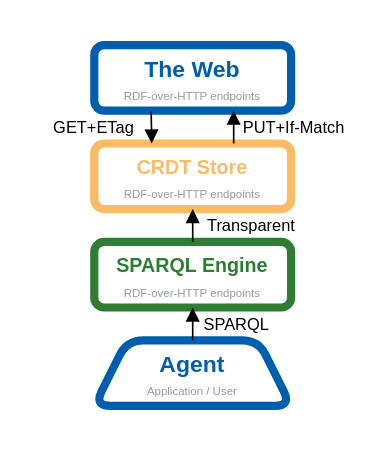
Earlier version of the draw.io diagram page "stack" (2 of 2) of img/rdf-crdt.drawio (jitsedesmet/2026-icwe-poster). Source tidied: cells renumbered, new cells numbered last; positions are measured from the earlier drawing's top-left corner, leaving out a move shared by most shapes. Both pictures are drawn from the tidied source at 164%, with x=0, y=0 at pixel (28, 28).
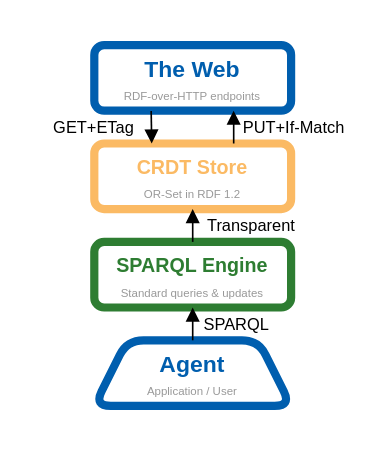
After the change.

Diff of the diagram source:
```diff
@@
-    <mxCell id="11" value="&lt;font style=&quot;font-size: 7px; color: rgb(153, 153, 153);&quot;&gt;RDF-over-HTTP endpoints&lt;/font&gt;" style="text;html=1;whiteSpace=wrap;strokeColor=none;fillColor=none;align=center;verticalAlign=middle;rounded=0;" parent="1" vertex="1">
+    <mxCell id="11" value="&lt;font style=&quot;font-size: 7px; color: rgb(153, 153, 153);&quot;&gt;OR-Set in RDF 1.2&lt;/font&gt;" style="text;html=1;whiteSpace=wrap;strokeColor=none;fillColor=none;align=center;verticalAlign=middle;rounded=0;" parent="1" vertex="1">
       <mxGeometry x="40" y="90" width="120" height="20" as="geometry" />
     </mxCell>
-    <mxCell id="12" value="&lt;font style=&quot;font-size: 7px; color: rgb(153, 153, 153);&quot;&gt;RDF-over-HTTP endpoints&lt;/font&gt;" style="text;html=1;whiteSpace=wrap;strokeColor=none;fillColor=none;align=center;verticalAlign=middle;rounded=0;" parent="1" vertex="1">
+    <mxCell id="12" value="&lt;font style=&quot;font-size: 7px; color: rgb(153, 153, 153);&quot;&gt;Standard queries &amp;amp; updates&lt;/font&gt;" style="text;html=1;whiteSpace=wrap;strokeColor=none;fillColor=none;align=center;verticalAlign=middle;rounded=0;" parent="1" vertex="1">
       <mxGeometry x="40" y="150" width="120" height="20" as="geometry" />
     </mxCell>
```
